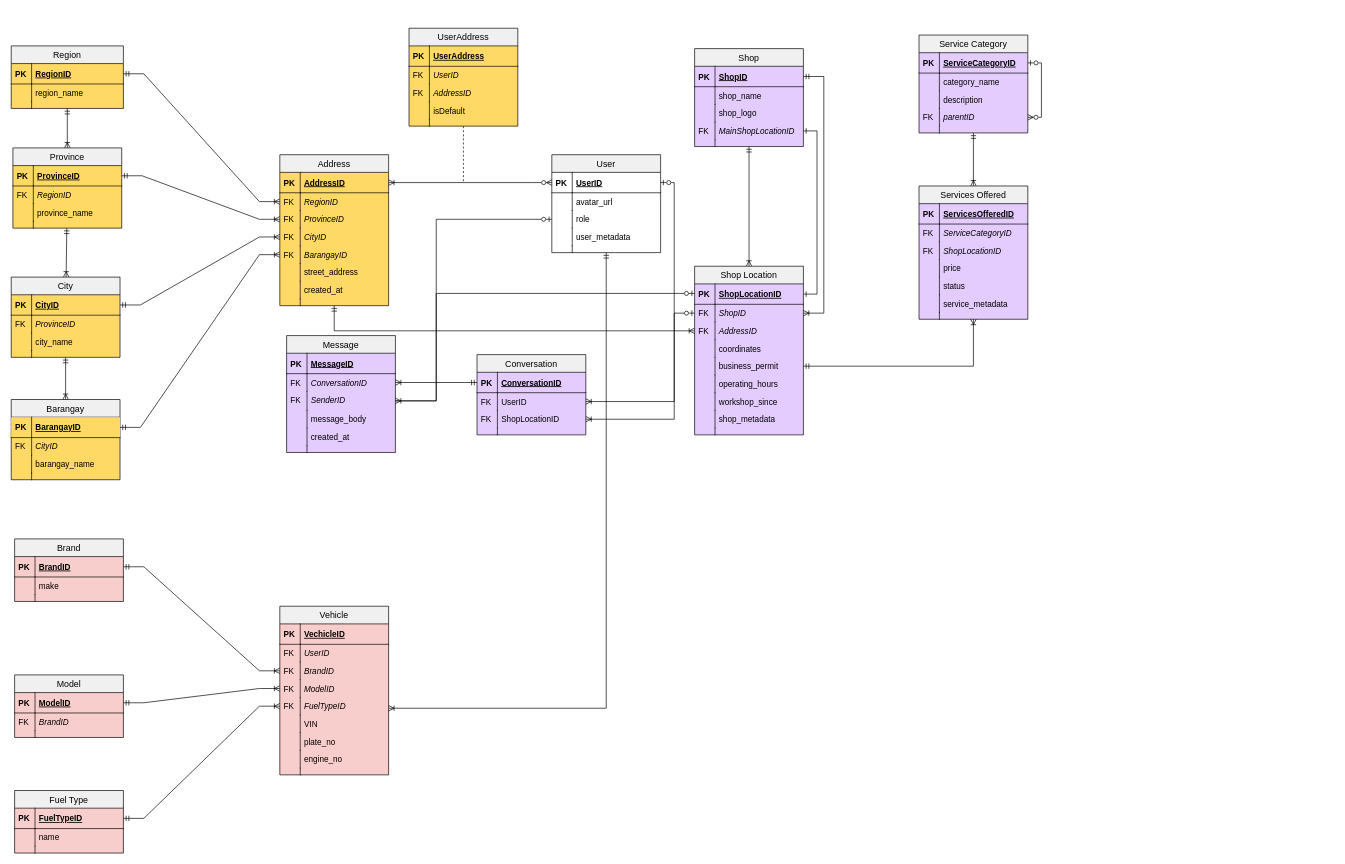
Before: Final Automate ERD.drawio in PitZza04/drawIO, a draw.io diagram. Source tidied: cells renumbered, new cells numbered last; positions are measured from the earlier drawing's top-left corner, leaving out a move shared by most shapes. Both pictures are drawn from the tidied source at 68%, with x=0, y=0 at pixel (11, 28).
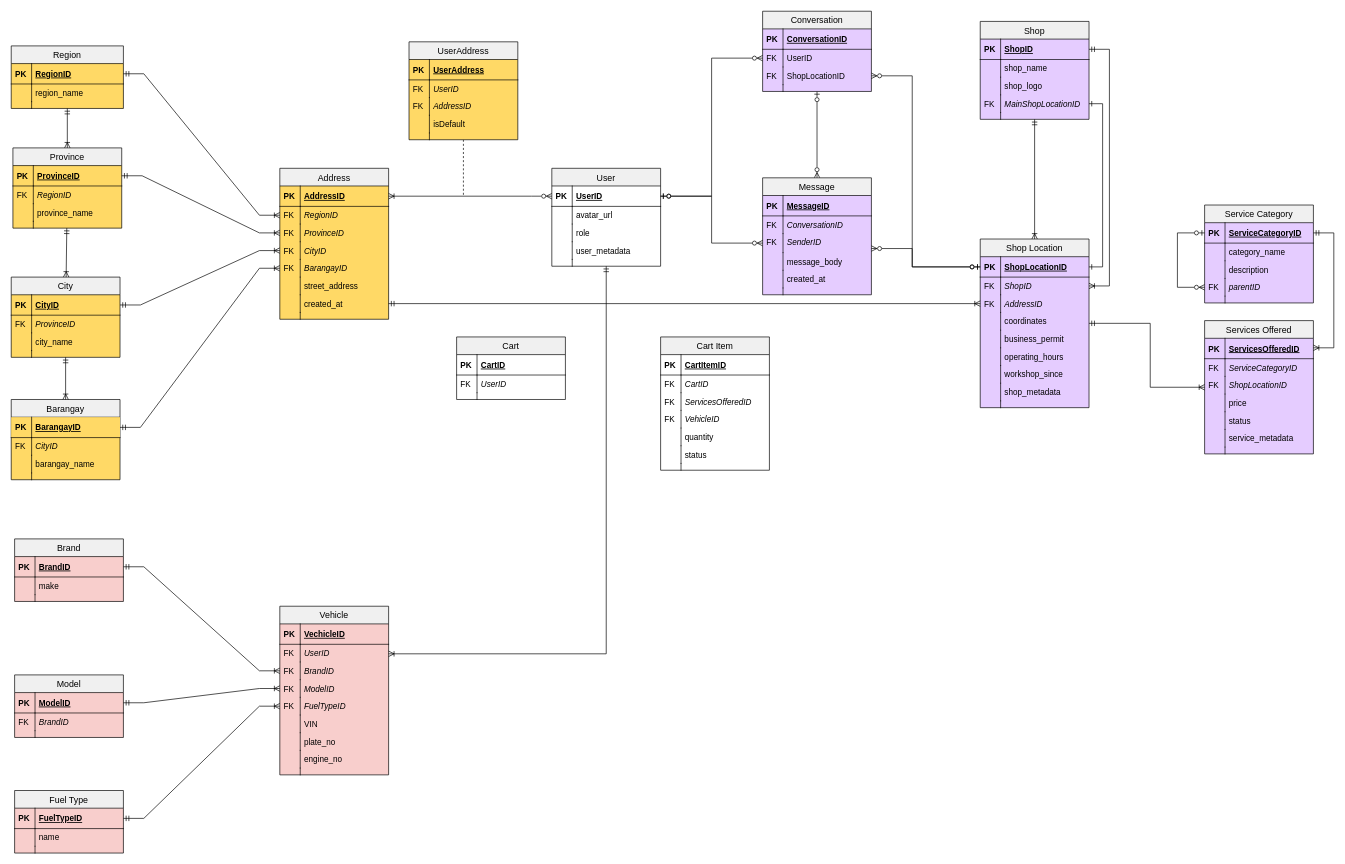
The same page after the edit.

The change refers to these unchanged cells:
```xml
<mxCell id="3" value="UserID" style="shape=partialRectangle;top=0;left=0;right=0;bottom=1;align=left;verticalAlign=middle;fillColor=none;spacingLeft=34;spacingRight=4;overflow=hidden;points=[[0,0.5],[1,0.5]];portConstraint=eastwest;fontStyle=5;rounded=0;" parent="2" vertex="1">
  <mxGeometry y="26" width="160" height="30" as="geometry" />
</mxCell>
<mxCell id="7" value="role" style="shape=partialRectangle;top=0;left=0;right=0;bottom=0;align=left;verticalAlign=top;fillColor=none;spacingLeft=34;spacingRight=4;overflow=hidden;points=[[0,0.5],[1,0.5]];portConstraint=eastwest;rounded=0;" parent="2" vertex="1">
  <mxGeometry y="82" width="160" height="26" as="geometry" />
</mxCell>
<mxCell id="60" value="created_at" style="shape=partialRectangle;top=0;left=0;right=0;bottom=0;align=left;verticalAlign=top;fillColor=none;spacingLeft=34;spacingRight=4;overflow=hidden;points=[[0,0.5],[1,0.5]];portConstraint=eastwest;rounded=0;" parent="47" vertex="1">
  <mxGeometry y="186" width="160" height="26" as="geometry" />
</mxCell>
<mxCell id="98" value="Vehicle" style="swimlane;fontStyle=0;horizontal=1;startSize=26;fillColor=#F0F0F0;swimlaneFillColor=#F8CECC;align=center;strokeWidth=1;fontSize=13;strokeColor=#000000;rounded=0;" parent="1" vertex="1">
  <mxGeometry x="395" y="850" width="160" height="248" as="geometry" />
</mxCell>
<mxCell id="101" value="UserID" style="shape=partialRectangle;top=0;left=0;right=0;bottom=0;align=left;verticalAlign=top;fillColor=none;spacingLeft=34;spacingRight=4;overflow=hidden;points=[[0,0.5],[1,0.5]];portConstraint=eastwest;fontStyle=2;rounded=0;" parent="98" vertex="1">
  <mxGeometry y="56" width="160" height="26" as="geometry" />
</mxCell>
<mxCell id="140" value="ShopLocationID" style="shape=partialRectangle;top=0;left=0;right=0;bottom=1;align=left;verticalAlign=middle;fillColor=none;spacingLeft=34;spacingRight=4;overflow=hidden;points=[[0,0.5],[1,0.5]];portConstraint=eastwest;fontStyle=5;rounded=0;" parent="139" vertex="1">
  <mxGeometry y="26" width="160" height="30" as="geometry" />
</mxCell>
<mxCell id="142" value="ShopID" style="shape=partialRectangle;top=0;left=0;right=0;bottom=0;align=left;verticalAlign=top;fillColor=none;spacingLeft=34;spacingRight=4;overflow=hidden;points=[[0,0.5],[1,0.5]];portConstraint=eastwest;rounded=0;fontStyle=2;" parent="139" vertex="1">
  <mxGeometry y="56" width="160" height="26" as="geometry" />
</mxCell>
<mxCell id="144" value="AddressID" style="shape=partialRectangle;top=0;left=0;right=0;bottom=0;align=left;verticalAlign=top;fillColor=none;spacingLeft=34;spacingRight=4;overflow=hidden;points=[[0,0.5],[1,0.5]];portConstraint=eastwest;rounded=0;fontStyle=2;" parent="139" vertex="1">
  <mxGeometry y="82" width="160" height="26" as="geometry" />
</mxCell>
<mxCell id="148" value="business_permit" style="shape=partialRectangle;top=0;left=0;right=0;bottom=0;align=left;verticalAlign=top;fillColor=none;spacingLeft=34;spacingRight=4;overflow=hidden;points=[[0,0.5],[1,0.5]];portConstraint=eastwest;rounded=0;" parent="139" vertex="1">
  <mxGeometry y="134" width="160" height="26" as="geometry" />
</mxCell>
<mxCell id="162" value="ServiceCategoryID" style="shape=partialRectangle;top=0;left=0;right=0;bottom=1;align=left;verticalAlign=middle;fillColor=none;spacingLeft=34;spacingRight=4;overflow=hidden;points=[[0,0.5],[1,0.5]];portConstraint=eastwest;fontStyle=5;rounded=0;" parent="160" vertex="1">
  <mxGeometry y="26" width="160" height="30" as="geometry" />
</mxCell>
<mxCell id="168" value="parentID" style="shape=partialRectangle;top=0;left=0;right=0;bottom=0;align=left;verticalAlign=top;fillColor=none;spacingLeft=34;spacingRight=4;overflow=hidden;points=[[0,0.5],[1,0.5]];portConstraint=eastwest;rounded=0;fontStyle=2;" parent="160" vertex="1">
  <mxGeometry y="108" width="160" height="26" as="geometry" />
</mxCell>
<mxCell id="173" value="ServicesOfferedID" style="shape=partialRectangle;top=0;left=0;right=0;bottom=1;align=left;verticalAlign=middle;fillColor=none;spacingLeft=34;spacingRight=4;overflow=hidden;points=[[0,0.5],[1,0.5]];portConstraint=eastwest;fontStyle=5;rounded=0;" parent="172" vertex="1">
  <mxGeometry y="26" width="160" height="30" as="geometry" />
</mxCell>
<mxCell id="192" value="ConversationID" style="shape=partialRectangle;top=0;left=0;right=0;bottom=1;align=left;verticalAlign=middle;fillColor=none;spacingLeft=34;spacingRight=4;overflow=hidden;points=[[0,0.5],[1,0.5]];portConstraint=eastwest;fontStyle=5;rounded=0;" parent="191" vertex="1">
  <mxGeometry y="26" width="160" height="30" as="geometry" />
</mxCell>
<mxCell id="194" value="UserID" style="shape=partialRectangle;top=0;left=0;right=0;bottom=0;align=left;verticalAlign=top;fillColor=none;spacingLeft=34;spacingRight=4;overflow=hidden;points=[[0,0.5],[1,0.5]];portConstraint=eastwest;rounded=0;" parent="191" vertex="1">
  <mxGeometry y="56" width="160" height="26" as="geometry" />
</mxCell>
<mxCell id="196" value="ShopLocationID" style="shape=partialRectangle;top=0;left=0;right=0;bottom=0;align=left;verticalAlign=top;fillColor=none;spacingLeft=34;spacingRight=4;overflow=hidden;points=[[0,0.5],[1,0.5]];portConstraint=eastwest;rounded=0;" parent="191" vertex="1">
  <mxGeometry y="82" width="160" height="26" as="geometry" />
</mxCell>
<mxCell id="203" value="ConversationID" style="shape=partialRectangle;top=0;left=0;right=0;bottom=0;align=left;verticalAlign=top;fillColor=none;spacingLeft=34;spacingRight=4;overflow=hidden;points=[[0,0.5],[1,0.5]];portConstraint=eastwest;rounded=0;fontStyle=2;" parent="200" vertex="1">
  <mxGeometry y="56" width="160" height="26" as="geometry" />
</mxCell>
<mxCell id="205" value="SenderID" style="shape=partialRectangle;top=0;left=0;right=0;bottom=0;align=left;verticalAlign=top;fillColor=none;spacingLeft=34;spacingRight=4;overflow=hidden;points=[[0,0.5],[1,0.5]];portConstraint=eastwest;rounded=0;fontStyle=2;" parent="200" vertex="1">
  <mxGeometry y="82" width="160" height="28" as="geometry" />
</mxCell>
```

Diff of the diagram source:
```diff
@@
     <mxCell id="2" value="User" style="swimlane;fontStyle=0;horizontal=1;startSize=26;fillColor=#F0F0F0;swimlaneFillColor=none;align=center;strokeWidth=1;fontSize=13;strokeColor=#000000;rounded=0;" parent="1" vertex="1">
-      <mxGeometry x="795" y="186" width="160" height="144" as="geometry" />
+      <mxGeometry x="795" y="206" width="160" height="144" as="geometry" />
     </mxCell>
@@
     <mxCell id="47" value="Address" style="swimlane;fontStyle=0;horizontal=1;startSize=26;fillColor=#F0F0F0;swimlaneFillColor=#FFD966;align=center;strokeWidth=1;fontSize=13;strokeColor=#000000;rounded=0;" parent="1" vertex="1">
-      <mxGeometry x="395" y="186" width="160" height="222" as="geometry" />
+      <mxGeometry x="395" y="206" width="160" height="222" as="geometry" />
     </mxCell>
@@
     <mxCell id="65" style="edgeStyle=orthogonalEdgeStyle;rounded=0;jettySize=auto;html=1;endArrow=none;endFill=0;dashed=1;" parent="1" edge="1" source="66">
       <mxGeometry relative="1" as="geometry">
-        <mxPoint x="665" y="226" as="targetPoint" />
+        <mxPoint x="665" y="247" as="targetPoint" />
       </mxGeometry>
     </mxCell>
     <mxCell id="66" value="UserAddress" style="swimlane;fontStyle=0;horizontal=1;startSize=26;fillColor=#F0F0F0;swimlaneFillColor=#FFD966;align=center;strokeWidth=1;fontSize=13;strokeColor=#000000;rounded=0;" parent="1" vertex="1">
-      <mxGeometry x="585" width="160" height="144" as="geometry" />
+      <mxGeometry x="585" y="20" width="160" height="144" as="geometry" />
     </mxCell>
@@
-    <mxCell id="127" style="fontSize=12;html=1;endArrow=ERoneToMany;startArrow=ERmandOne;rounded=0;edgeStyle=orthogonalEdgeStyle;" parent="1" edge="1" source="2" target="98">
+    <mxCell id="127" style="fontSize=12;html=1;endArrow=ERoneToMany;startArrow=ERmandOne;rounded=0;edgeStyle=orthogonalEdgeStyle;" parent="1" edge="1" source="2" target="101">
       <mxGeometry relative="1" as="geometry">
         <Array as="points">
-          <mxPoint x="875" y="1000" />
+          <mxPoint x="875" y="920" />
         </Array>
       </mxGeometry>
     </mxCell>
     <mxCell id="128" value="Shop" style="swimlane;fontStyle=0;horizontal=1;startSize=26;fillColor=#F0F0F0;swimlaneFillColor=#E5CCFF;align=center;strokeWidth=1;fontSize=13;strokeColor=#000000;rounded=0;" parent="1" vertex="1">
-      <mxGeometry x="1005" y="30" width="160" height="144" as="geometry" />
+      <mxGeometry x="1425" y="-10" width="160" height="144" as="geometry" />
     </mxCell>
@@
     <mxCell id="139" value="Shop Location" style="swimlane;fontStyle=0;horizontal=1;startSize=26;fillColor=#F0F0F0;swimlaneFillColor=#E5CCFF;align=center;strokeWidth=1;fontSize=13;strokeColor=#000000;rounded=0;" parent="1" vertex="1">
-      <mxGeometry x="1005" y="350" width="160" height="248" as="geometry" />
+      <mxGeometry x="1425" y="310" width="160" height="248" as="geometry" />
     </mxCell>
@@
-    <mxCell id="159" style="fontSize=12;html=1;endArrow=ERoneToMany;startArrow=ERmandOne;rounded=0;edgeStyle=orthogonalEdgeStyle;" parent="1" edge="1" source="47" target="144">
+    <mxCell id="159" style="fontSize=12;html=1;endArrow=ERoneToMany;startArrow=ERmandOne;rounded=0;edgeStyle=orthogonalEdgeStyle;" parent="1" edge="1" source="60" target="144">
       <mxGeometry relative="1" as="geometry" />
     </mxCell>
     <mxCell id="160" value="Service Category" style="swimlane;fontStyle=0;horizontal=1;startSize=26;fillColor=#F0F0F0;swimlaneFillColor=#E5CCFF;align=center;strokeWidth=1;fontSize=13;strokeColor=#000000;rounded=0;" parent="1" vertex="1">
-      <mxGeometry x="1335" y="10" width="160" height="144" as="geometry" />
+      <mxGeometry x="1755" y="260" width="160" height="144" as="geometry" />
     </mxCell>
-    <mxCell id="161" style="edgeStyle=orthogonalEdgeStyle;rounded=0;jettySize=auto;html=1;exitX=1;exitY=0.5;exitDx=0;exitDy=0;endArrow=ERzeroToMany;endFill=0;startArrow=ERzeroToOne;startFill=0;" parent="160" edge="1" source="162" target="168">
-      <mxGeometry relative="1" as="geometry" />
+    <mxCell id="161" style="edgeStyle=orthogonalEdgeStyle;rounded=0;jettySize=auto;html=1;endArrow=ERzeroToMany;endFill=0;startArrow=ERzeroToOne;startFill=0;" parent="160" edge="1" source="162" target="168">
+      <mxGeometry relative="1" as="geometry">
+        <Array as="points">
+          <mxPoint x="-40" y="41" />
+          <mxPoint x="-40" y="121" />
+        </Array>
+      </mxGeometry>
     </mxCell>
@@
     <mxCell id="172" value="Services Offered" style="swimlane;fontStyle=0;horizontal=1;startSize=26;fillColor=#F0F0F0;swimlaneFillColor=#E5CCFF;align=center;strokeWidth=1;fontSize=13;strokeColor=#000000;rounded=0;" parent="1" vertex="1">
-      <mxGeometry x="1335" y="232" width="160" height="196" as="geometry" />
+      <mxGeometry x="1755" y="430" width="160" height="196" as="geometry" />
     </mxCell>
@@
-    <mxCell id="189" style="fontSize=12;html=1;endArrow=ERoneToMany;startArrow=ERmandOne;rounded=0;entryX=0.5;entryY=0;entryDx=0;entryDy=0;" parent="1" edge="1" source="160" target="172">
-      <mxGeometry relative="1" as="geometry" />
+    <mxCell id="189" style="fontSize=12;html=1;endArrow=ERoneToMany;startArrow=ERmandOne;rounded=0;exitX=1;exitY=0.5;exitDx=0;exitDy=0;edgeStyle=orthogonalEdgeStyle;" parent="1" edge="1" source="162" target="173">
+      <mxGeometry relative="1" as="geometry">
+        <Array as="points">
+          <mxPoint x="1945" y="301" />
+          <mxPoint x="1945" y="470" />
+        </Array>
+      </mxGeometry>
     </mxCell>
-    <mxCell id="190" style="rounded=0;jettySize=auto;html=1;endArrow=ERoneToMany;endFill=0;startArrow=ERmandOne;startFill=0;exitX=1;exitY=0.5;exitDx=0;exitDy=0;edgeStyle=orthogonalEdgeStyle;" parent="1" edge="1" source="148" target="172">
-      <mxGeometry relative="1" as="geometry" />
+    <mxCell id="190" style="rounded=0;jettySize=auto;html=1;endArrow=ERoneToMany;endFill=0;startArrow=ERmandOne;startFill=0;edgeStyle=orthogonalEdgeStyle;" parent="1" edge="1" source="139" target="172">
+      <mxGeometry relative="1" as="geometry">
+        <Array as="points">
+          <mxPoint x="1675" y="434" />
+          <mxPoint x="1675" y="528" />
+        </Array>
+      </mxGeometry>
     </mxCell>
+    <mxCell id="218" style="edgeStyle=orthogonalEdgeStyle;rounded=0;jettySize=auto;html=1;endArrow=ERzeroToMany;endFill=0;startArrow=ERzeroToOne;startFill=0;" parent="1" edge="1" source="191" target="200">
+      <mxGeometry relative="1" as="geometry" />
+    </mxCell>
     <mxCell id="191" value="Conversation" style="swimlane;fontStyle=0;horizontal=1;startSize=26;fillColor=#F0F0F0;swimlaneFillColor=#E5CCFF;align=center;strokeWidth=1;fontSize=13;strokeColor=#000000;rounded=0;" parent="1" vertex="1">
-      <mxGeometry x="685" y="480" width="160" height="118" as="geometry" />
+      <mxGeometry x="1105" y="-25" width="160" height="118" as="geometry" />
     </mxCell>
@@
     <mxCell id="200" value="Message" style="swimlane;fontStyle=0;horizontal=1;startSize=26;fillColor=#F0F0F0;swimlaneFillColor=#E5CCFF;align=center;strokeWidth=1;fontSize=13;strokeColor=#000000;rounded=0;" parent="1" vertex="1">
-      <mxGeometry x="405" y="452" width="160" height="172" as="geometry" />
+      <mxGeometry x="1105" y="220" width="160" height="172" as="geometry" />
     </mxCell>
@@
-    <mxCell id="213" style="edgeStyle=orthogonalEdgeStyle;rounded=0;jettySize=auto;html=1;exitX=0;exitY=0.5;exitDx=0;exitDy=0;startArrow=ERzeroToOne;startFill=0;endArrow=ERoneToMany;endFill=0;" parent="1" edge="1" source="142" target="196">
-      <mxGeometry relative="1" as="geometry">
-        <Array as="points">
-          <mxPoint x="975" y="419" />
-          <mxPoint x="975" y="575" />
-        </Array>
-      </mxGeometry>
-    </mxCell>
-    <mxCell id="214" style="edgeStyle=orthogonalEdgeStyle;rounded=0;jettySize=auto;html=1;exitX=1;exitY=0.5;exitDx=0;exitDy=0;startArrow=ERzeroToOne;startFill=0;endArrow=ERoneToMany;endFill=0;" parent="1" edge="1" source="3" target="194">
+    <mxCell id="214" style="edgeStyle=orthogonalEdgeStyle;rounded=0;jettySize=auto;html=1;exitX=1;exitY=0.5;exitDx=0;exitDy=0;startArrow=ERzeroToOne;startFill=0;endArrow=ERzeroToMany;endFill=0;" parent="1" edge="1" source="3" target="194">
       <mxGeometry relative="1" as="geometry" />
     </mxCell>
-    <mxCell id="215" style="edgeStyle=orthogonalEdgeStyle;rounded=0;jettySize=auto;html=1;exitX=0;exitY=0.5;exitDx=0;exitDy=0;endArrow=ERoneToMany;endFill=0;startArrow=ERmandOne;startFill=0;" parent="1" edge="1" source="192" target="203">
-      <mxGeometry y="26" relative="1" as="geometry" />
-    </mxCell>
-    <mxCell id="216" style="edgeStyle=orthogonalEdgeStyle;rounded=0;jettySize=auto;html=1;exitX=0;exitY=0.5;exitDx=0;exitDy=0;endArrow=ERoneToMany;endFill=0;startArrow=ERzeroToOne;startFill=0;" parent="1" edge="1" source="7" target="205">
-      <mxGeometry relative="1" as="geometry">
-        <Array as="points">
-          <mxPoint x="625" y="281" />
-          <mxPoint x="625" y="548" />
-        </Array>
-      </mxGeometry>
-    </mxCell>
+    <mxCell id="219" style="edgeStyle=orthogonalEdgeStyle;rounded=0;jettySize=auto;html=1;exitX=0;exitY=0.5;exitDx=0;exitDy=0;endArrow=ERzeroToMany;endFill=0;startArrow=ERzeroToOne;startFill=0;" parent="1" edge="1" source="140" target="196">
+      <mxGeometry relative="1" as="geometry">
+        <Array as="points">
+          <mxPoint x="1325" y="351" />
+          <mxPoint x="1325" y="70" />
+        </Array>
+      </mxGeometry>
+    </mxCell>
+    <mxCell id="220" style="edgeStyle=orthogonalEdgeStyle;rounded=0;jettySize=auto;html=1;exitX=1;exitY=0.5;exitDx=0;exitDy=0;endArrow=ERzeroToMany;endFill=0;startArrow=ERzeroToOne;startFill=0;" parent="1" edge="1" source="3" target="205">
+      <mxGeometry relative="1" as="geometry" />
+    </mxCell>
-    <mxCell id="217" style="edgeStyle=orthogonalEdgeStyle;rounded=0;jettySize=auto;html=1;entryX=1;entryY=0.5;entryDx=0;entryDy=0;endArrow=none;endFill=0;startArrow=ERzeroToOne;startFill=0;" parent="1" edge="1" source="140" target="205">
+    <mxCell id="217" style="edgeStyle=orthogonalEdgeStyle;rounded=0;jettySize=auto;html=1;exitX=0;exitY=0.5;exitDx=0;exitDy=0;endArrow=ERzeroToMany;endFill=0;startArrow=ERzeroToOne;startFill=0;" parent="1" edge="1" source="140" target="205">
       <mxGeometry relative="1" as="geometry">
         <Array as="points">
-          <mxPoint x="625" y="390" />
-          <mxPoint x="625" y="548" />
+          <mxPoint x="1325" y="351" />
+          <mxPoint x="1325" y="324" />
         </Array>
       </mxGeometry>
     </mxCell>
+    <mxCell id="221" value="Cart" style="swimlane;fontStyle=0;horizontal=1;startSize=26;fillColor=#F0F0F0;swimlaneFillColor=none;align=center;strokeWidth=1;fontSize=13;strokeColor=#000000;rounded=0;" parent="1" vertex="1">
+      <mxGeometry x="655" y="454" width="160" height="92" as="geometry" />
+    </mxCell>
+    <mxCell id="222" value="CartID" style="shape=partialRectangle;top=0;left=0;right=0;bottom=1;align=left;verticalAlign=middle;fillColor=none;spacingLeft=34;spacingRight=4;overflow=hidden;fontStyle=5;rounded=0;" parent="221" vertex="1">
+      <mxGeometry y="26" width="160" height="30" as="geometry" />
+    </mxCell>
+    <mxCell id="223" value="PK" style="shape=partialRectangle;top=0;left=0;bottom=0;fillColor=none;align=left;verticalAlign=middle;spacingLeft=4;spacingRight=4;overflow=hidden;fontStyle=1;rounded=0;" parent="222" vertex="1">
+      <mxGeometry width="30" height="30" as="geometry" />
+    </mxCell>
+    <mxCell id="224" value="UserID" style="shape=partialRectangle;top=0;left=0;right=0;bottom=0;align=left;verticalAlign=top;fillColor=none;spacingLeft=34;spacingRight=4;overflow=hidden;rounded=0;fontStyle=2;" parent="221" vertex="1">
+      <mxGeometry y="56" width="160" height="26" as="geometry" />
+    </mxCell>
+    <mxCell id="225" value="FK" style="shape=partialRectangle;top=0;left=0;bottom=0;fillColor=none;align=left;verticalAlign=top;spacingLeft=4;spacingRight=4;overflow=hidden;rounded=0;" parent="224" vertex="1">
+      <mxGeometry width="30" height="26" as="geometry" />
+    </mxCell>
+    <mxCell id="226" style="shape=partialRectangle;top=0;left=0;right=0;bottom=0;align=left;verticalAlign=top;fillColor=none;spacingLeft=34;spacingRight=4;overflow=hidden;rounded=0;" parent="221" vertex="1">
+      <mxGeometry y="82" width="160" height="10" as="geometry" />
+    </mxCell>
+    <mxCell id="227" style="shape=partialRectangle;top=0;left=0;bottom=0;fillColor=none;align=left;verticalAlign=top;spacingLeft=4;spacingRight=4;overflow=hidden;rounded=0;" parent="226" vertex="1">
+      <mxGeometry width="30" height="10" as="geometry" />
+    </mxCell>
+    <mxCell id="228" value="Cart Item" style="swimlane;fontStyle=0;horizontal=1;startSize=26;fillColor=#F0F0F0;swimlaneFillColor=none;align=center;strokeWidth=1;fontSize=13;strokeColor=#000000;rounded=0;" parent="1" vertex="1">
+      <mxGeometry x="955" y="454" width="160" height="196" as="geometry" />
+    </mxCell>
+    <mxCell id="229" value="CartItemID" style="shape=partialRectangle;top=0;left=0;right=0;bottom=1;align=left;verticalAlign=middle;fillColor=none;spacingLeft=34;spacingRight=4;overflow=hidden;fontStyle=5;rounded=0;" parent="228" vertex="1">
+      <mxGeometry y="26" width="160" height="30" as="geometry" />
+    </mxCell>
+    <mxCell id="230" value="PK" style="shape=partialRectangle;top=0;left=0;bottom=0;fillColor=none;align=left;verticalAlign=middle;spacingLeft=4;spacingRight=4;overflow=hidden;fontStyle=1;rounded=0;" parent="229" vertex="1">
+      <mxGeometry width="30" height="30" as="geometry" />
+    </mxCell>
+    <mxCell id="231" value="CartID" style="shape=partialRectangle;top=0;left=0;right=0;bottom=0;align=left;verticalAlign=top;fillColor=none;spacingLeft=34;spacingRight=4;overflow=hidden;rounded=0;fontStyle=2;" parent="228" vertex="1">
+      <mxGeometry y="56" width="160" height="26" as="geometry" />
+    </mxCell>
+    <mxCell id="232" value="FK" style="shape=partialRectangle;top=0;left=0;bottom=0;fillColor=none;align=left;verticalAlign=top;spacingLeft=4;spacingRight=4;overflow=hidden;rounded=0;" parent="231" vertex="1">
+      <mxGeometry width="30" height="26" as="geometry" />
+    </mxCell>
+    <mxCell id="233" value="ServicesOfferedID" style="shape=partialRectangle;top=0;left=0;right=0;bottom=0;align=left;verticalAlign=top;fillColor=none;spacingLeft=34;spacingRight=4;overflow=hidden;rounded=0;fontStyle=2;" parent="228" vertex="1">
+      <mxGeometry y="82" width="160" height="26" as="geometry" />
+    </mxCell>
+    <mxCell id="234" value="FK" style="shape=partialRectangle;top=0;left=0;bottom=0;fillColor=none;align=left;verticalAlign=top;spacingLeft=4;spacingRight=4;overflow=hidden;rounded=0;" parent="233" vertex="1">
+      <mxGeometry width="30" height="26" as="geometry" />
+    </mxCell>
+    <mxCell id="235" value="VehicleID" style="shape=partialRectangle;top=0;left=0;right=0;bottom=0;align=left;verticalAlign=top;fillColor=none;spacingLeft=34;spacingRight=4;overflow=hidden;rounded=0;fontStyle=2;" parent="228" vertex="1">
+      <mxGeometry y="108" width="160" height="26" as="geometry" />
+    </mxCell>
+    <mxCell id="236" value="FK" style="shape=partialRectangle;top=0;left=0;bottom=0;fillColor=none;align=left;verticalAlign=top;spacingLeft=4;spacingRight=4;overflow=hidden;rounded=0;" parent="235" vertex="1">
+      <mxGeometry width="30" height="26" as="geometry" />
+    </mxCell>
+    <mxCell id="237" value="quantity" style="shape=partialRectangle;top=0;left=0;right=0;bottom=0;align=left;verticalAlign=top;fillColor=none;spacingLeft=34;spacingRight=4;overflow=hidden;rounded=0;fontStyle=0;" parent="228" vertex="1">
+      <mxGeometry y="134" width="160" height="26" as="geometry" />
+    </mxCell>
+    <mxCell id="238" style="shape=partialRectangle;top=0;left=0;bottom=0;fillColor=none;align=left;verticalAlign=top;spacingLeft=4;spacingRight=4;overflow=hidden;rounded=0;" parent="237" vertex="1">
+      <mxGeometry width="30" height="26" as="geometry" />
+    </mxCell>
+    <mxCell id="239" value="status" style="shape=partialRectangle;top=0;left=0;right=0;bottom=0;align=left;verticalAlign=top;fillColor=none;spacingLeft=34;spacingRight=4;overflow=hidden;rounded=0;fontStyle=0;" parent="228" vertex="1">
+      <mxGeometry y="160" width="160" height="26" as="geometry" />
+    </mxCell>
+    <mxCell id="240" style="shape=partialRectangle;top=0;left=0;bottom=0;fillColor=none;align=left;verticalAlign=top;spacingLeft=4;spacingRight=4;overflow=hidden;rounded=0;" parent="239" vertex="1">
+      <mxGeometry width="30" height="26" as="geometry" />
+    </mxCell>
+    <mxCell id="241" style="shape=partialRectangle;top=0;left=0;right=0;bottom=0;align=left;verticalAlign=top;fillColor=none;spacingLeft=34;spacingRight=4;overflow=hidden;rounded=0;" parent="228" vertex="1">
+      <mxGeometry y="186" width="160" height="10" as="geometry" />
+    </mxCell>
+    <mxCell id="242" style="shape=partialRectangle;top=0;left=0;bottom=0;fillColor=none;align=left;verticalAlign=top;spacingLeft=4;spacingRight=4;overflow=hidden;rounded=0;" parent="241" vertex="1">
+      <mxGeometry width="30" height="10" as="geometry" />
+    </mxCell>
```
